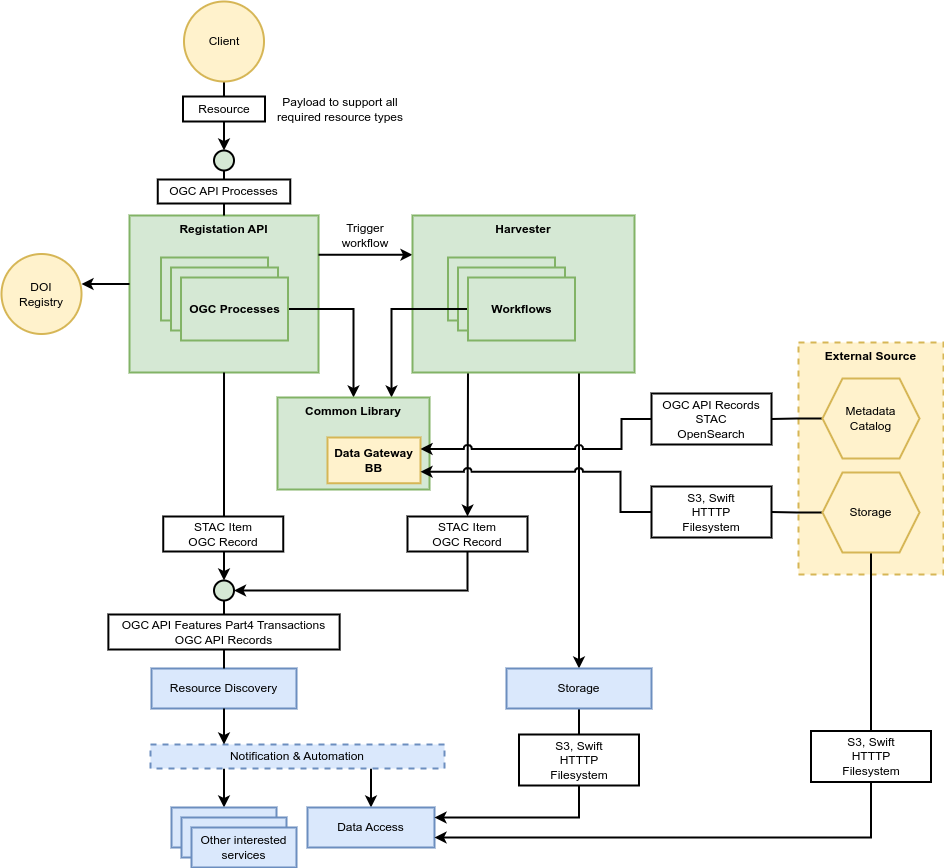
Above: docs/img/resource-registration-architecture.drawio.png in EOEPCA/resource-registration (draw.io), before the change. Source tidied: cells renumbered, new cells last; positions are measured from the earlier drawing's top-left corner, leaving out a move shared by most shapes.
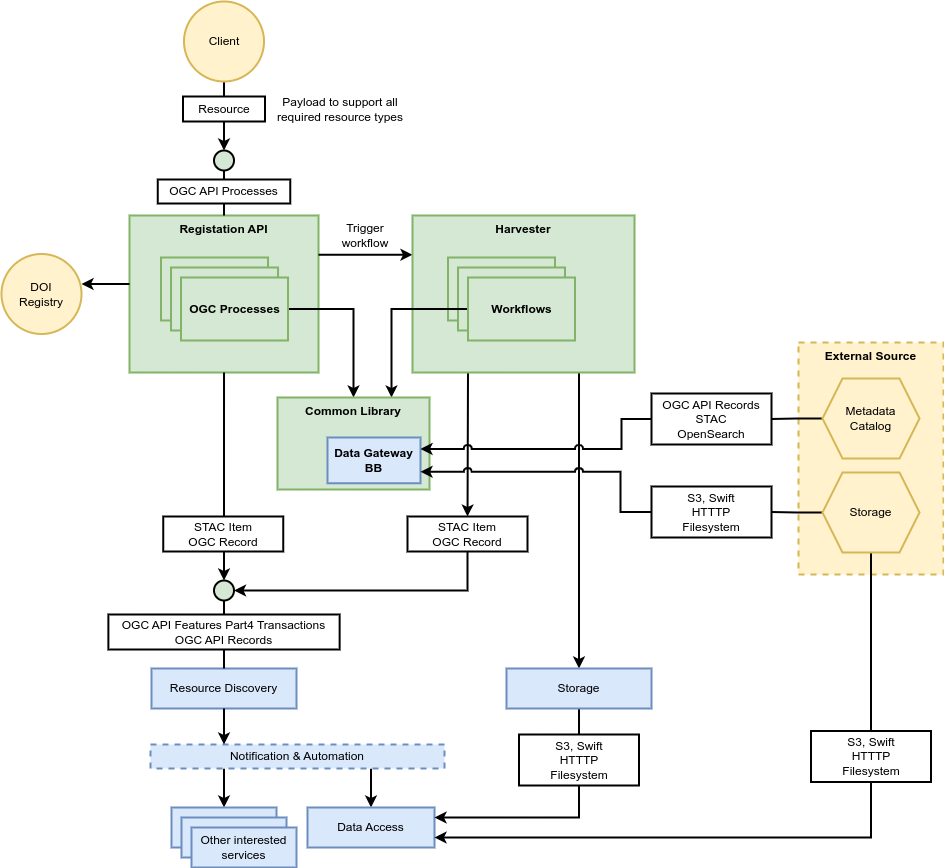
The same file after the commit.

What changed in the source:
```diff
@@ -165,13 +165,13 @@
     <mxCell id="53" value="OGC Processes" style="rounded=0;whiteSpace=wrap;html=1;fillColor=#d5e8d4;strokeColor=#82b366;strokeWidth=2;fontStyle=1;verticalAlign=middle;" parent="1" vertex="1">
       <mxGeometry x="179.5" y="276" width="107" height="63" as="geometry" />
     </mxCell>
-    <mxCell id="54" style="group;" parent="1" vertex="1">
+    <mxCell id="54" style="group;fillColor=#dae8fc;strokeColor=#6c8ebf;" parent="1" vertex="1">
       <mxGeometry x="276" y="396" width="152" height="92" as="geometry" />
     </mxCell>
     <mxCell id="55" value="Common Library" style="rounded=0;whiteSpace=wrap;html=1;fillColor=#d5e8d4;strokeColor=#82b366;strokeWidth=2;fontStyle=1;verticalAlign=top;" parent="54" vertex="1">
       <mxGeometry width="152" height="92" as="geometry" />
     </mxCell>
-    <mxCell id="56" value="Data Gateway BB" style="rounded=0;whiteSpace=wrap;html=1;fillColor=#fff2cc;strokeColor=#d6b656;strokeWidth=2;fontStyle=1;verticalAlign=middle;" parent="54" vertex="1">
+    <mxCell id="56" value="Data Gateway BB" style="rounded=0;whiteSpace=wrap;html=1;fillColor=#dae8fc;strokeColor=#6c8ebf;strokeWidth=2;fontStyle=1;verticalAlign=middle;" parent="54" vertex="1">
       <mxGeometry x="50" y="40" width="93" height="45.8" as="geometry" />
     </mxCell>
     <mxCell id="57" style="edgeStyle=orthogonalEdgeStyle;rounded=0;jettySize=auto;html=1;exitX=0;exitY=0.5;exitDx=0;exitDy=0;entryX=1;entryY=0.25;entryDx=0;entryDy=0;strokeWidth=2;jumpStyle=arc;" parent="1" edge="1" source="43" target="56">
```
